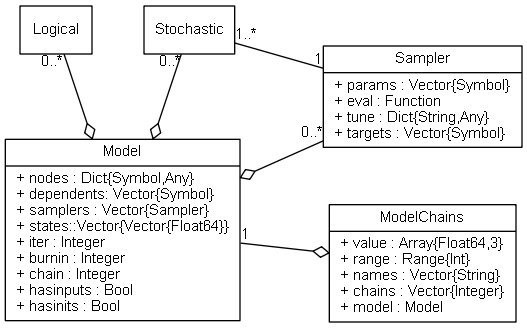
This is doc/images/mcmcUML.png from brian-j-smith/Mamba.jl, a Graphviz export, as it was before one commit. Its source is kept beside it as doc/images/mcmcUML.dot.
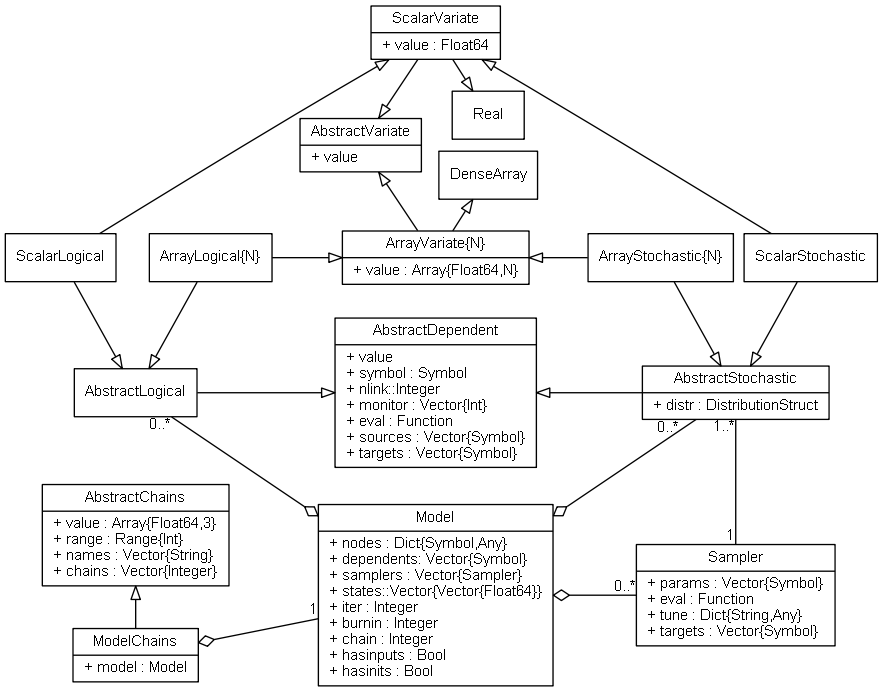
Later version of the same file.

Diff of the diagram source:
```diff
@@ -1,25 +1,66 @@
 graph MCMC {
     fontname = "Helvetica"
     fontsize = 11
+    splines = true
+    overlap = false
 
     node [fontname = "Helvetica", fontsize = 11, shape = record]
 
     edge [fontname = "Helvetica", fontsize = 11, dir = both, arrowtail = none, arrowhead = none]
 
-    Logical [label = "{Logical}", pos="0,175"]
+    Real [label = "{Real}", pos="310,610"]
 
-    Stochastic [label = "{Stochastic}", pos="100,175"]
+    DenseArray [label = "{DenseArray}", pos="310,570"]
 
-    Sampler [label = "{Sampler|+ params : Vector\{Symbol\}\l+ eval : Function\l+ tune : Dict\{String,Any\}\l+ targets : Vector\{Symbol\}\l}", pos="275,125"]
+    AbstractDependent [label = "{AbstractDependent|+ value\l+ symbol : Symbol\l+ nlink::Integer\l+ monitor : Vector\{Int\}\l+ eval : Function\l+ sources : Vector\{Symbol\}\l+ targets : Vector\{Symbol\}\l}", pos="275,425"]
 
-    Model [label = "{Model|+ nodes : Dict\{Symbol,Any\}\l+ dependents: Vector\{Symbol\}\l+ samplers : Vector\{Sampler\}\l+ states::Vector\{Vector\{Float64\}\}\l+ iter : Integer\l+ burnin : Integer\l+ chain : Integer\l+ hasinputs : Bool\l+ hasinits : Bool\l}", pos="50,25"]
+    AbstractLogical [label = "{AbstractLogical}", pos="75,425"]
 
-    ModelChains [label = "{ModelChains|+ value : Array\{Float64,3\}\l+ range : Range\{Int\}\l+ names : Vector\{String\}\l+ chains : Vector\{Integer\}\l+ model : Model\l}", pos="275,0"]
+    AbstractStochastic [label = "{AbstractStochastic|+ distr : DistributionStruct\l}", pos="475,425"]
 
-    Sampler -- Stochastic[taillabel = "1", headlabel = "1..*"]
-    Model -- Sampler[arrowtail = odiamond, headlabel = "0..*"]
-    Model -- Logical[arrowtail = odiamond, headlabel = "0..*"]
-    Model -- Stochastic[arrowtail = odiamond, headlabel = "0..*"]
-    ModelChains -- Model[arrowtail = odiamond, headlabel = "1"]
+    AbstractVariate [label = "{AbstractVariate|+ value\l}", pos="225,590"]
+
+    ArrayLogical [label = "{ArrayLogical\{N\}}", pos="125,515"]
+
+    ArrayStochastic [label = "{ArrayStochastic\{N\}}", pos="425,515"]
+
+    ArrayVariate [label = "{ArrayVariate\{N\}|+ value : Array\{Float64,N\}\l}", pos="275,515"]
+
+    ScalarLogical [label = "{ScalarLogical}", pos="25,515"]
+
+    ScalarStochastic [label = "{ScalarStochastic}", pos="525,515"]
+
+    ScalarVariate [label = "{ScalarVariate|+ value : Float64\l}", pos="275,665"]
+
+    Model [label = "{Model|+ nodes : Dict\{Symbol,Any\}\l+ dependents: Vector\{Symbol\}\l+ samplers : Vector\{Sampler\}\l+ states::Vector\{Vector\{Float64\}\}\l+ iter : Integer\l+ burnin : Integer\l+ chain : Integer\l+ hasinputs : Bool\l+ hasinits : Bool\l}", pos="275,290"]
+
+    Sampler [label = "{Sampler|+ params : Vector\{Symbol\}\l+ eval : Function\l+ tune : Dict\{String,Any\}\l+ targets : Vector\{Symbol\}\l}", pos="475,290"]
+
+    AbstractChains  [label = "{AbstractChains|+ value : Array\{Float64,3\}\l+ range : Range\{Int\}\l+ names : Vector\{String\}\l+ chains : Vector\{Integer\}\l}", pos="75,330"]
+
+    ModelChains [label = "{ModelChains|+ model : Model\l}", pos="75,250"]
+
+    Real -- ScalarVariate [arrowtail = empty]
+    DenseArray -- ArrayVariate [arrowtail = empty]
+
+    AbstractChains -- ModelChains [arrowtail = empty]
+    AbstractDependent -- AbstractLogical [arrowtail = empty]
+    AbstractDependent -- AbstractStochastic [arrowtail = empty]
+    AbstractLogical -- ArrayLogical [arrowtail = empty]
+    AbstractLogical -- ScalarLogical [arrowtail = empty]
+    AbstractStochastic -- ArrayStochastic [arrowtail = empty]
+    AbstractStochastic -- ScalarStochastic [arrowtail = empty]
+    AbstractVariate -- ArrayVariate [arrowtail = empty]
+    AbstractVariate -- ScalarVariate [arrowtail = empty]
+    ArrayVariate -- ArrayLogical [arrowtail = empty]
+    ArrayVariate -- ArrayStochastic [arrowtail = empty]
+    ScalarVariate -- ScalarLogical [arrowtail = empty]
+    ScalarVariate -- ScalarStochastic [arrowtail = empty]
+
+    Sampler -- AbstractStochastic [taillabel = "1", headlabel = "1..*"]
+    Model -- Sampler [arrowtail = odiamond, headlabel = "0..*"]
+    Model -- AbstractLogical [arrowtail = odiamond, headlabel = "0..*"]
+    Model -- AbstractStochastic [arrowtail = odiamond, headlabel = "0..*", labeldistance = 2.2, labelangle = -17]
+    ModelChains -- Model [arrowtail = odiamond, headlabel = "1"]
 
 }
```
